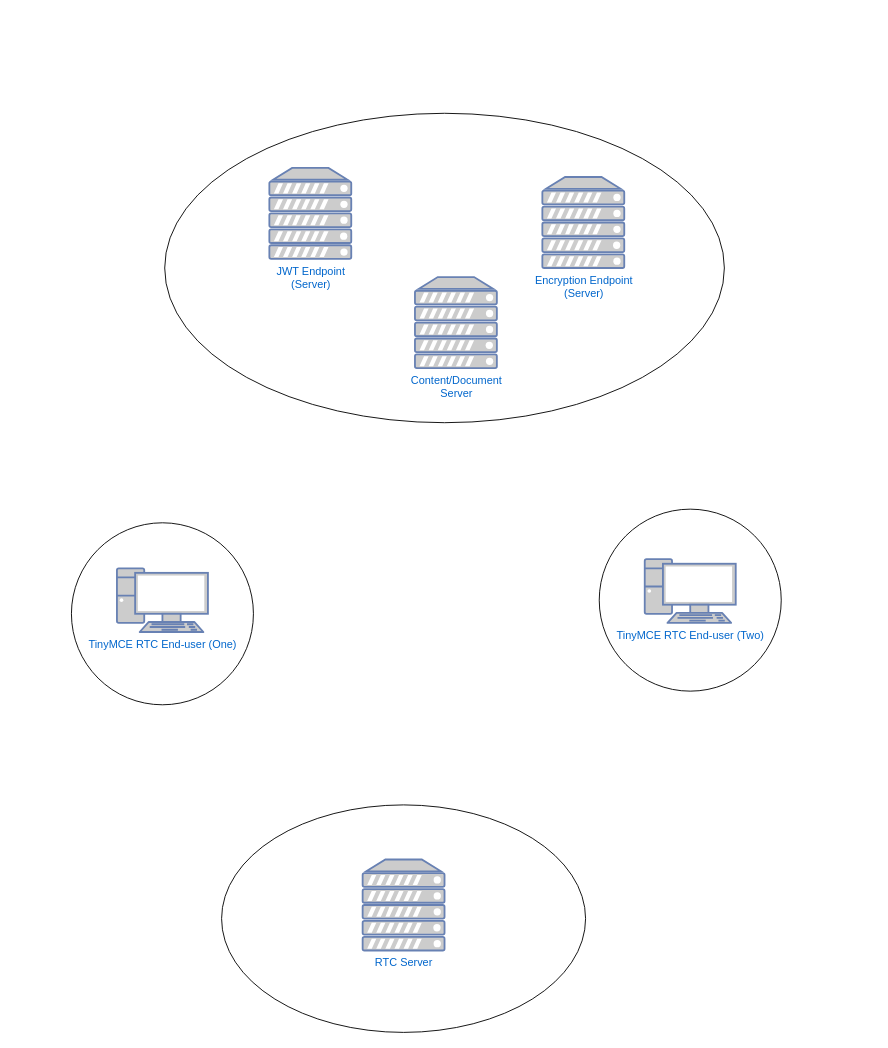
Above: images/concept-rtc-cloud.drawio in tinymce/tinymce-docs (draw.io), before the change. Source tidied: cells renumbered, new cells numbered last; positions are measured from the earlier drawing's top-left corner, leaving out a move shared by most shapes. Both pictures are drawn from the tidied source at 91%, with x=0, y=0 at pixel (71, 113).
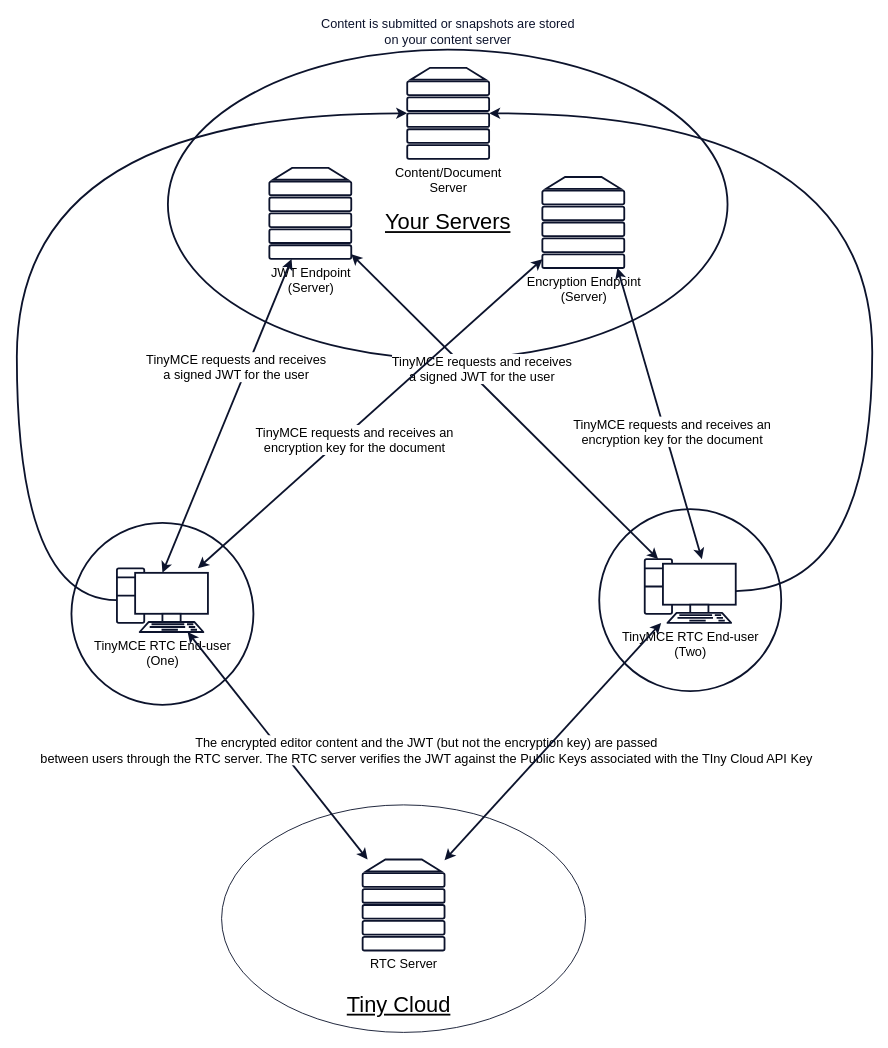
After the change.

Commit message (it also covers changes not shown here):
Completed rtc demo, split rtc supported content page

The edit, as a diff of the source:
```diff
@@
-    <mxCell id="2" style="ellipse;whiteSpace=wrap;html=1;" parent="1" vertex="1">
+    <mxCell id="2" style="ellipse;whiteSpace=wrap;html=1;strokeColor=#0C132C;strokeWidth=2;fontSize=14;" parent="1" vertex="1">
       <mxGeometry y="450" width="200" height="200" as="geometry" />
     </mxCell>
-    <mxCell id="3" style="ellipse;whiteSpace=wrap;html=1;" parent="1" vertex="1">
+    <mxCell id="3" style="ellipse;whiteSpace=wrap;html=1;strokeColor=#0C132C;strokeWidth=2;fontSize=14;" parent="1" vertex="1">
       <mxGeometry x="580" y="435" width="200" height="200" as="geometry" />
     </mxCell>
-    <mxCell id="4" style="ellipse;whiteSpace=wrap;html=1;" parent="1" vertex="1">
+    <mxCell id="4" style="ellipse;whiteSpace=wrap;html=1;strokeColor=#0c132c;fontSize=14;" parent="1" vertex="1">
       <mxGeometry x="165" y="760" width="400" height="250" as="geometry" />
     </mxCell>
-    <mxCell id="5" style="ellipse;whiteSpace=wrap;html=1;" parent="1" vertex="1">
-      <mxGeometry x="102.5" width="615" height="340" as="geometry" />
+    <mxCell id="5" style="ellipse;whiteSpace=wrap;html=1;strokeColor=#0C132C;strokeWidth=2;" parent="1" vertex="1">
+      <mxGeometry x="106" y="-70" width="615" height="340" as="geometry" />
     </mxCell>
-    <mxCell id="6" value="TinyMCE RTC End-user (Two)" style="fontColor=#0066CC;verticalAlign=top;verticalLabelPosition=bottom;labelPosition=center;align=center;html=1;outlineConnect=0;fillColor=#CCCCCC;strokeColor=#6881B3;gradientColor=none;gradientDirection=north;strokeWidth=2;shape=mxgraph.networks.pc;" parent="1" vertex="1">
+    <mxCell id="6" value="TinyMCE RTC End-user&lt;br&gt;(Two)" style="verticalAlign=top;verticalLabelPosition=bottom;labelPosition=center;align=center;html=1;outlineConnect=0;gradientDirection=north;strokeWidth=2;shape=mxgraph.networks.pc;strokeColor=#0C132C;fontSize=14;" parent="1" vertex="1">
       <mxGeometry x="630" y="490" width="100" height="70" as="geometry" />
     </mxCell>
-    <mxCell id="7" value="TinyMCE RTC End-user (One)" style="fontColor=#0066CC;verticalAlign=top;verticalLabelPosition=bottom;labelPosition=center;align=center;html=1;outlineConnect=0;fillColor=#CCCCCC;strokeColor=#6881B3;gradientColor=none;gradientDirection=north;strokeWidth=2;shape=mxgraph.networks.pc;" parent="1" vertex="1">
+    <mxCell id="7" value="TinyMCE RTC End-user&lt;br&gt;(One)" style="verticalAlign=top;verticalLabelPosition=bottom;labelPosition=center;align=center;html=1;outlineConnect=0;gradientDirection=north;strokeWidth=2;shape=mxgraph.networks.pc;strokeColor=#0C132C;fontSize=14;" parent="1" vertex="1">
       <mxGeometry x="50" y="500" width="100" height="70" as="geometry" />
     </mxCell>
-    <mxCell id="8" value="RTC Server" style="fontColor=#0066CC;verticalAlign=top;verticalLabelPosition=bottom;labelPosition=center;align=center;html=1;outlineConnect=0;fillColor=#CCCCCC;strokeColor=#6881B3;gradientColor=none;gradientDirection=north;strokeWidth=2;shape=mxgraph.networks.server;" parent="1" vertex="1">
+    <mxCell id="8" value="RTC Server" style="verticalAlign=top;verticalLabelPosition=bottom;labelPosition=center;align=center;html=1;outlineConnect=0;gradientDirection=north;strokeWidth=2;shape=mxgraph.networks.server;strokeColor=#0C132C;fontSize=14;" parent="1" vertex="1">
       <mxGeometry x="320" y="820" width="90" height="100" as="geometry" />
     </mxCell>
-    <mxCell id="9" value="Encryption Endpoint&lt;br&gt;(Server)" style="fontColor=#0066CC;verticalAlign=top;verticalLabelPosition=bottom;labelPosition=center;align=center;html=1;outlineConnect=0;fillColor=#CCCCCC;strokeColor=#6881B3;gradientColor=none;gradientDirection=north;strokeWidth=2;shape=mxgraph.networks.server;" parent="1" vertex="1">
+    <mxCell id="9" value="Encryption Endpoint&lt;br style=&quot;font-size: 14px;&quot;&gt;(Server)" style="verticalAlign=top;verticalLabelPosition=bottom;labelPosition=center;align=center;html=1;outlineConnect=0;gradientDirection=north;strokeWidth=2;shape=mxgraph.networks.server;strokeColor=#0C132C;fontSize=14;" parent="1" vertex="1">
       <mxGeometry x="517.5" y="70" width="90" height="100" as="geometry" />
     </mxCell>
-    <mxCell id="10" value="Content/Document&lt;br&gt;Server" style="fontColor=#0066CC;verticalAlign=top;verticalLabelPosition=bottom;labelPosition=center;align=center;html=1;outlineConnect=0;fillColor=#CCCCCC;strokeColor=#6881B3;gradientColor=none;gradientDirection=north;strokeWidth=2;shape=mxgraph.networks.server;" parent="1" vertex="1">
-      <mxGeometry x="377.5" y="180" width="90" height="100" as="geometry" />
+    <mxCell id="10" value="Content/Document&lt;br style=&quot;font-size: 14px;&quot;&gt;Server" style="verticalAlign=top;verticalLabelPosition=bottom;labelPosition=center;align=center;html=1;outlineConnect=0;gradientDirection=north;strokeWidth=2;shape=mxgraph.networks.server;strokeColor=#0C132C;fontSize=14;" parent="1" vertex="1">
+      <mxGeometry x="369" y="-50" width="90" height="100" as="geometry" />
     </mxCell>
-    <mxCell id="11" value="JWT Endpoint&lt;br&gt;(Server)" style="fontColor=#0066CC;verticalAlign=top;verticalLabelPosition=bottom;labelPosition=center;align=center;html=1;outlineConnect=0;fillColor=#CCCCCC;strokeColor=#6881B3;gradientColor=none;gradientDirection=north;strokeWidth=2;shape=mxgraph.networks.server;" parent="1" vertex="1">
+    <mxCell id="11" value="JWT Endpoint&lt;br style=&quot;font-size: 14px;&quot;&gt;(Server)" style="verticalAlign=top;verticalLabelPosition=bottom;labelPosition=center;align=center;html=1;outlineConnect=0;gradientDirection=north;strokeWidth=2;shape=mxgraph.networks.server;strokeColor=#0C132C;fontSize=14;" parent="1" vertex="1">
       <mxGeometry x="217.5" y="60" width="90" height="100" as="geometry" />
     </mxCell>
+    <mxCell id="12" value="The encrypted editor content and the JWT (but not the encryption key) are passed&lt;br&gt;between users through the RTC server. The RTC server verifies the JWT against the Public Keys associated with the TIny Cloud API Key" style="endArrow=classic;html=1;strokeColor=#0C132C;strokeWidth=2;fontSize=14;startArrow=classic;startFill=1;" parent="1" edge="1" source="7" target="8">
+      <mxGeometry x="0.66" y="125" relative="1" as="geometry" />
+    </mxCell>
+    <mxCell id="13" style="endArrow=classic;html=1;strokeColor=#0C132C;strokeWidth=2;fontSize=14;startArrow=classic;startFill=1;" parent="1" edge="1" source="8" target="6">
+      <mxGeometry relative="1" as="geometry" />
+    </mxCell>
+    <mxCell id="14" style="endArrow=classic;html=1;strokeColor=#0C132C;strokeWidth=2;edgeStyle=orthogonalEdgeStyle;curved=1;fontSize=14;" parent="1" edge="1" source="6" target="10">
+      <mxGeometry relative="1" as="geometry">
+        <Array as="points">
+          <mxPoint x="880" y="525" />
+          <mxPoint x="880" />
+        </Array>
+      </mxGeometry>
+    </mxCell>
+    <mxCell id="15" value="TinyMCE requests and receives&lt;br&gt;a signed JWT for the user" style="endArrow=classic;html=1;strokeColor=#0C132C;strokeWidth=2;entryX=0.5;entryY=0.07;entryDx=0;entryDy=0;entryPerimeter=0;fontSize=14;startArrow=classic;startFill=1;endFill=1;" parent="1" edge="1" source="11" target="7">
+      <mxGeometry x="-0.28" y="-12" relative="1" as="geometry">
+        <mxPoint x="1" as="offset" />
+      </mxGeometry>
+    </mxCell>
+    <mxCell id="16" value="&lt;span style=&quot;color: rgb(0 , 0 , 0) ; font-family: &amp;#34;helvetica&amp;#34; ; font-size: 14px ; font-style: normal ; font-weight: 400 ; letter-spacing: normal ; text-align: center ; text-indent: 0px ; text-transform: none ; word-spacing: 0px ; background-color: rgb(255 , 255 , 255) ; display: inline ; float: none&quot;&gt;TinyMCE requests and receives&lt;br&gt;a signed JWT for the user&lt;/span&gt;" style="endArrow=classic;html=1;strokeColor=#0C132C;strokeWidth=2;endFill=1;startArrow=classic;startFill=1;fontSize=14;" parent="1" edge="1" source="6" target="11">
+      <mxGeometry x="0.2" y="-12" relative="1" as="geometry" />
+    </mxCell>
+    <mxCell id="17" style="endArrow=classic;html=1;strokeColor=#0C132C;strokeWidth=2;edgeStyle=orthogonalEdgeStyle;curved=1;fontSize=14;" parent="1" edge="1" source="7" target="10">
+      <mxGeometry relative="1" as="geometry">
+        <Array as="points">
+          <mxPoint x="-60" y="535" />
+          <mxPoint x="-60" />
+        </Array>
+      </mxGeometry>
+    </mxCell>
+    <mxCell id="18" value="&lt;span style=&quot;font-family: &amp;#34;helvetica&amp;#34;&quot;&gt;TinyMCE requests and receives an&lt;/span&gt;&lt;br style=&quot;font-family: &amp;#34;helvetica&amp;#34;&quot;&gt;&lt;span style=&quot;font-family: &amp;#34;helvetica&amp;#34;&quot;&gt;encryption key for the document&lt;/span&gt;" style="endArrow=classic;html=1;strokeColor=#0C132C;strokeWidth=2;fontSize=14;startArrow=classic;startFill=1;endFill=1;" parent="1" edge="1" source="9" target="7">
+      <mxGeometry x="0.13" y="10" relative="1" as="geometry" />
+    </mxCell>
+    <mxCell id="19" value="&lt;span style=&quot;color: rgb(0 , 0 , 0) ; font-family: &amp;#34;helvetica&amp;#34; ; font-size: 14px ; font-style: normal ; font-weight: 400 ; letter-spacing: normal ; text-align: center ; text-indent: 0px ; text-transform: none ; word-spacing: 0px ; background-color: rgb(255 , 255 , 255) ; display: inline ; float: none&quot;&gt;TinyMCE requests and receives an&lt;/span&gt;&lt;br style=&quot;color: rgb(0 , 0 , 0) ; font-family: &amp;#34;helvetica&amp;#34; ; font-size: 14px ; font-style: normal ; font-weight: 400 ; letter-spacing: normal ; text-align: center ; text-indent: 0px ; text-transform: none ; word-spacing: 0px&quot;&gt;&lt;span style=&quot;color: rgb(0 , 0 , 0) ; font-family: &amp;#34;helvetica&amp;#34; ; font-size: 14px ; font-style: normal ; font-weight: 400 ; letter-spacing: normal ; text-align: center ; text-indent: 0px ; text-transform: none ; word-spacing: 0px ; background-color: rgb(255 , 255 , 255) ; display: inline ; float: none&quot;&gt;encryption key for the document&lt;/span&gt;" style="endArrow=classic;html=1;strokeColor=#0C132C;strokeWidth=2;fontSize=14;startArrow=classic;startFill=1;endFill=1;" parent="1" edge="1">
+      <mxGeometry x="0.14" y="7" relative="1" as="geometry">
+        <mxPoint x="600" y="170" as="sourcePoint" />
+        <mxPoint x="692.8" y="490" as="targetPoint" />
+        <mxPoint y="-1" as="offset" />
+      </mxGeometry>
+    </mxCell>
+    <mxCell id="20" value="Content is submitted or snapshots are stored on your content server" style="text;html=1;strokeColor=none;fillColor=none;align=center;verticalAlign=middle;whiteSpace=wrap;rounded=0;sketch=0;fontSize=14;fontColor=#0C132C;" parent="1" vertex="1">
+      <mxGeometry x="269" y="-100" width="290" height="20" as="geometry" />
+    </mxCell>
+    <mxCell id="21" value="Tiny Cloud" style="text;html=1;strokeColor=none;fillColor=none;align=center;verticalAlign=middle;whiteSpace=wrap;rounded=0;fontStyle=4;fontSize=24;" parent="1" vertex="1">
+      <mxGeometry x="240" y="970" width="240" height="20" as="geometry" />
+    </mxCell>
+    <mxCell id="22" value="Your Servers" style="text;html=1;strokeColor=none;fillColor=none;align=center;verticalAlign=middle;whiteSpace=wrap;rounded=0;fontStyle=4;fontSize=24;" parent="1" vertex="1">
+      <mxGeometry x="294" y="110" width="240" height="20" as="geometry" />
+    </mxCell>
```
